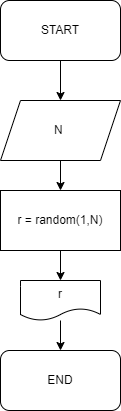
Earlier version of the draw.io export ex000.drawio.png (Maxim-S1/practice_temp). Source tidied: cells renumbered, new cells last; positions are measured from the earlier drawing's top-left corner, leaving out a move shared by most shapes. Source of this version:
```xml
<mxGraphModel>
  <root>
    <mxCell id="0" />
    <mxCell id="1" parent="0" />
    <mxCell id="2" style="edgeStyle=none;html=1;" parent="1" edge="1" source="3" target="7">
      <mxGeometry relative="1" as="geometry" />
    </mxCell>
    <mxCell id="3" value="START" style="rounded=1;whiteSpace=wrap;html=1;" parent="1" vertex="1">
      <mxGeometry width="120" height="60" as="geometry" />
    </mxCell>
    <mxCell id="4" style="edgeStyle=none;html=1;" parent="1" edge="1" source="5" target="9">
      <mxGeometry relative="1" as="geometry" />
    </mxCell>
    <mxCell id="5" value="r = random(1,N)" style="rounded=0;whiteSpace=wrap;html=1;" parent="1" vertex="1">
      <mxGeometry y="190" width="120" height="60" as="geometry" />
    </mxCell>
    <mxCell id="6" style="edgeStyle=none;html=1;" parent="1" edge="1" source="7" target="5">
      <mxGeometry relative="1" as="geometry" />
    </mxCell>
    <mxCell id="7" value="N&amp;nbsp;" style="shape=parallelogram;perimeter=parallelogramPerimeter;whiteSpace=wrap;html=1;fixedSize=1;" parent="1" vertex="1">
      <mxGeometry y="100" width="120" height="60" as="geometry" />
    </mxCell>
    <mxCell id="8" style="edgeStyle=none;html=1;" parent="1" edge="1" source="9" target="10">
      <mxGeometry relative="1" as="geometry" />
    </mxCell>
    <mxCell id="9" value="r" style="shape=document;whiteSpace=wrap;html=1;boundedLbl=1;rounded=0;" parent="1" vertex="1">
      <mxGeometry x="20" y="280" width="80" height="40" as="geometry" />
    </mxCell>
    <mxCell id="10" value="END" style="rounded=1;whiteSpace=wrap;html=1;" parent="1" vertex="1">
      <mxGeometry y="350" width="120" height="60" as="geometry" />
    </mxCell>
  </root>
</mxGraphModel>
```
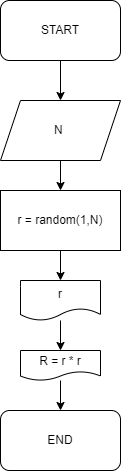
The same diagram one commit later.

Commit message:
Добавил блок схему

The edit, as a diff of the source:
```diff
@@ -20,14 +20,22 @@
     <mxCell id="7" value="N&amp;nbsp;" style="shape=parallelogram;perimeter=parallelogramPerimeter;whiteSpace=wrap;html=1;fixedSize=1;" parent="1" vertex="1">
       <mxGeometry y="100" width="120" height="60" as="geometry" />
     </mxCell>
-    <mxCell id="8" style="edgeStyle=none;html=1;" parent="1" edge="1" source="9" target="10">
-      <mxGeometry relative="1" as="geometry" />
-    </mxCell>
+    <mxCell id="11" style="edgeStyle=none;html=1;" parent="1" edge="1" source="9" target="13">
+      <mxGeometry relative="1" as="geometry" />
+    </mxCell>
     <mxCell id="9" value="r" style="shape=document;whiteSpace=wrap;html=1;boundedLbl=1;rounded=0;" parent="1" vertex="1">
       <mxGeometry x="20" y="280" width="80" height="40" as="geometry" />
     </mxCell>
     <mxCell id="10" value="END" style="rounded=1;whiteSpace=wrap;html=1;" parent="1" vertex="1">
-      <mxGeometry y="350" width="120" height="60" as="geometry" />
+      <mxGeometry y="410" width="120" height="60" as="geometry" />
     </mxCell>
+    <mxCell id="12" style="edgeStyle=none;html=1;" parent="1" edge="1" source="13">
+      <mxGeometry relative="1" as="geometry">
+        <mxPoint x="60" y="410" as="targetPoint" />
+      </mxGeometry>
+    </mxCell>
+    <mxCell id="13" value="R = r * r" style="shape=document;whiteSpace=wrap;html=1;boundedLbl=1;rounded=0;" parent="1" vertex="1">
+      <mxGeometry x="20" y="350" width="80" height="30" as="geometry" />
+    </mxCell>
   </root>
 </mxGraphModel>
```
